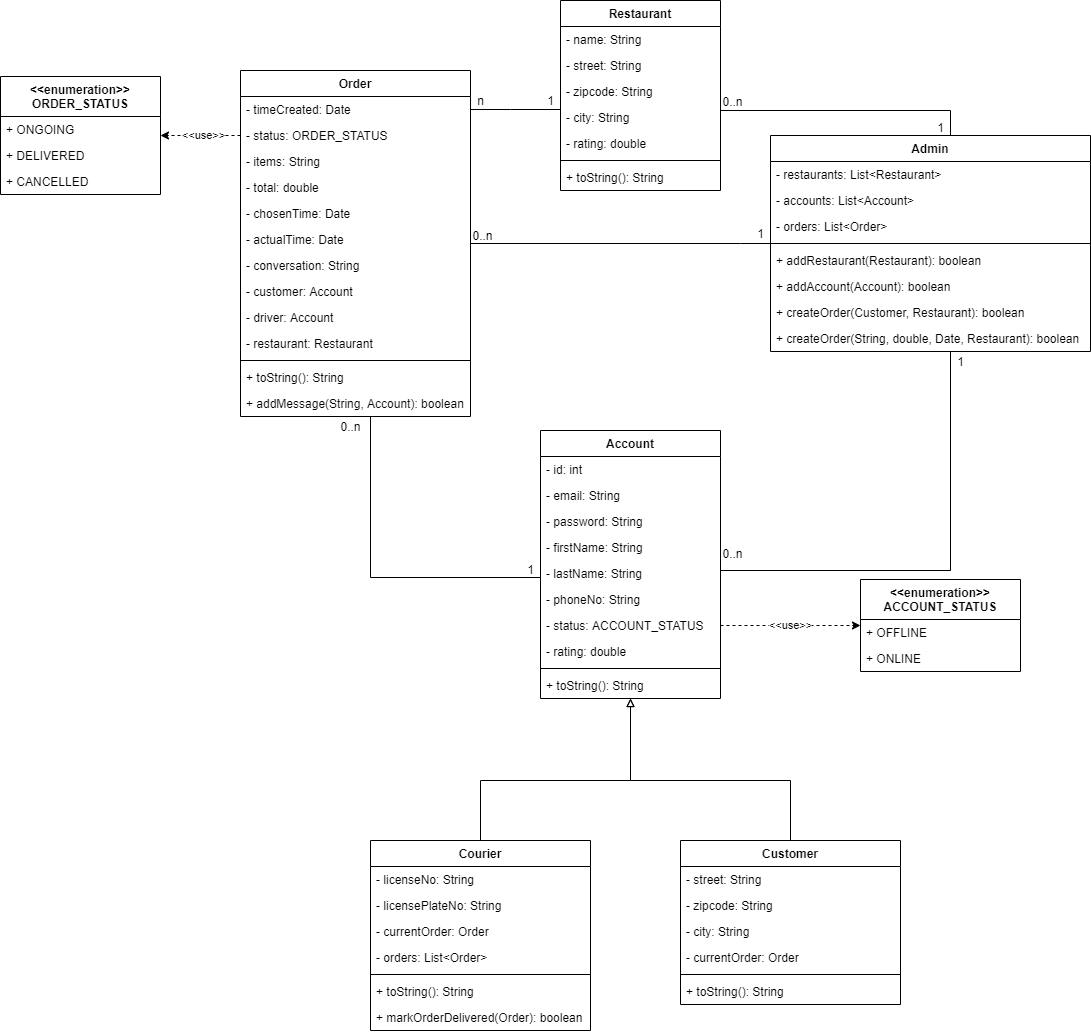
This is doc/Takeaway UML.png from AntiCare/TakeAwayProject, a draw.io export, as it was before one commit. Source tidied: cells renumbered, new cells last; positions are measured from the earlier drawing's top-left corner, leaving out a move shared by most shapes.
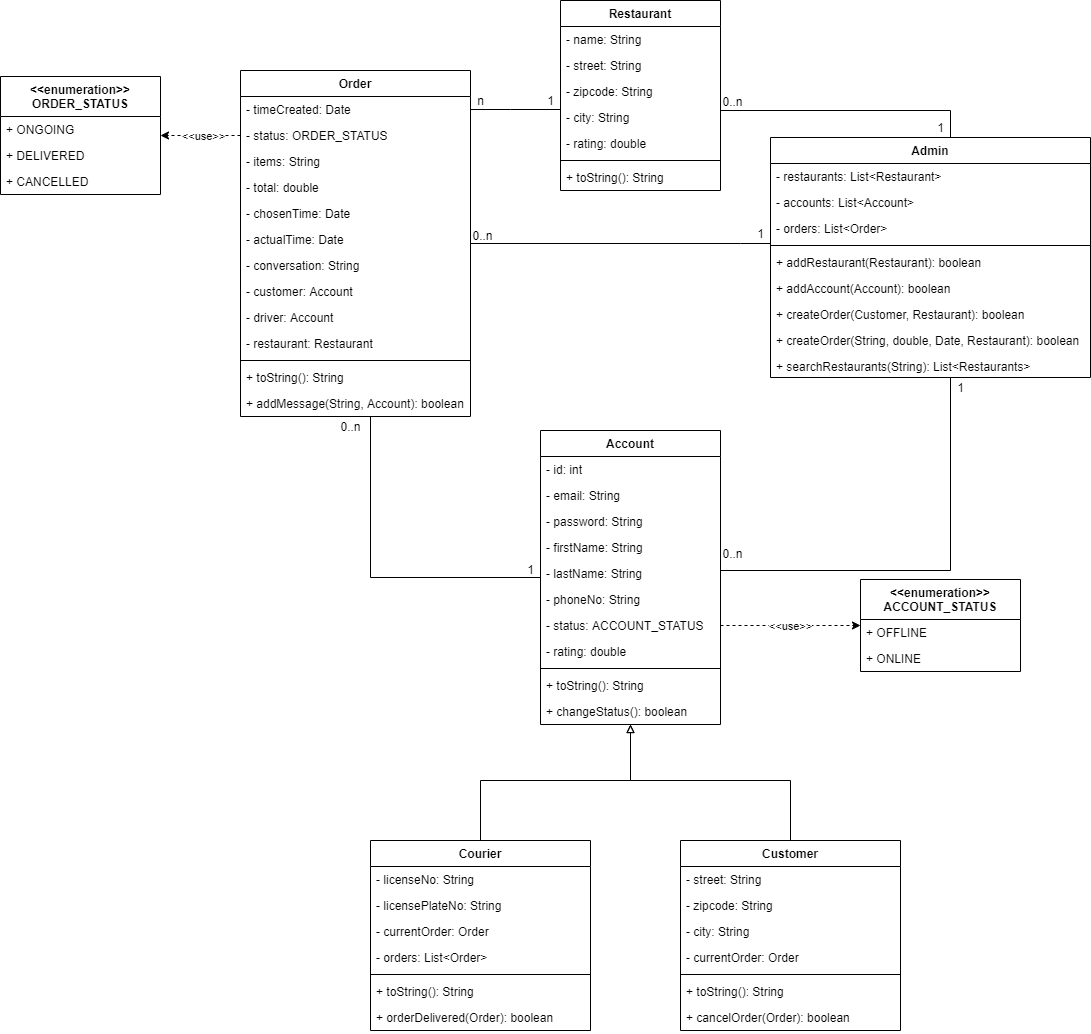
The same file after the commit.

Change to the diagram source:
```diff
@@ -103,7 +103,7 @@
       <mxGeometry y="410" width="530" height="138" as="geometry" />
     </mxCell>
     <mxCell id="29" value="Customer" style="swimlane;fontStyle=1;align=center;verticalAlign=top;horizontal=1;startSize=26;" parent="28" vertex="1">
-      <mxGeometry x="310" width="220" height="164" as="geometry" />
+      <mxGeometry x="310" width="220" height="190" as="geometry" />
     </mxCell>
     <mxCell id="30" value="- street: String" style="text;strokeColor=none;fillColor=none;align=left;verticalAlign=top;spacingLeft=4;spacingRight=4;overflow=hidden;" parent="29" vertex="1">
       <mxGeometry y="26" width="220" height="26" as="geometry" />
@@ -123,6 +123,9 @@
     <mxCell id="35" value="+ toString(): String" style="text;strokeColor=none;fillColor=none;align=left;verticalAlign=top;spacingLeft=4;spacingRight=4;overflow=hidden;" parent="29" vertex="1">
       <mxGeometry y="138" width="220" height="26" as="geometry" />
     </mxCell>
+    <mxCell id="90" value="+ cancelOrder(Order): boolean" style="text;strokeColor=none;fillColor=none;align=left;verticalAlign=top;spacingLeft=4;spacingRight=4;overflow=hidden;" parent="29" vertex="1">
+      <mxGeometry y="164" width="220" height="26" as="geometry" />
+    </mxCell>
     <mxCell id="36" value="Courier" style="swimlane;fontStyle=1;align=center;verticalAlign=top;horizontal=1;startSize=26;" parent="28" vertex="1">
       <mxGeometry width="220" height="190" as="geometry" />
     </mxCell>
@@ -144,11 +147,11 @@
     <mxCell id="42" value="+ toString(): String" style="text;strokeColor=none;fillColor=none;align=left;verticalAlign=top;spacingLeft=4;spacingRight=4;overflow=hidden;" parent="36" vertex="1">
       <mxGeometry y="138" width="220" height="26" as="geometry" />
     </mxCell>
-    <mxCell id="43" value="+ markOrderDelivered(Order): boolean" style="text;strokeColor=none;fillColor=none;align=left;verticalAlign=top;spacingLeft=4;spacingRight=4;overflow=hidden;" parent="36" vertex="1">
+    <mxCell id="43" value="+ orderDelivered(Order): boolean" style="text;strokeColor=none;fillColor=none;align=left;verticalAlign=top;spacingLeft=4;spacingRight=4;overflow=hidden;" parent="36" vertex="1">
       <mxGeometry y="164" width="220" height="26" as="geometry" />
     </mxCell>
     <mxCell id="44" value="Account" style="swimlane;fontStyle=1;align=center;verticalAlign=top;horizontal=1;startSize=26;" parent="27" vertex="1">
-      <mxGeometry x="170" width="180" height="268" as="geometry" />
+      <mxGeometry x="170" width="180" height="294" as="geometry" />
     </mxCell>
     <mxCell id="45" value="- id: int&#10;&#10;+" style="text;strokeColor=none;fillColor=none;align=left;verticalAlign=top;spacingLeft=4;spacingRight=4;overflow=hidden;" parent="44" vertex="1">
       <mxGeometry y="26" width="180" height="26" as="geometry" />
@@ -180,6 +183,9 @@
     <mxCell id="54" value="+ toString(): String" style="text;strokeColor=none;fillColor=none;align=left;verticalAlign=top;spacingLeft=4;spacingRight=4;overflow=hidden;" parent="44" vertex="1">
       <mxGeometry y="242" width="180" height="26" as="geometry" />
     </mxCell>
+    <mxCell id="91" value="+ changeStatus(): boolean" style="text;strokeColor=none;fillColor=none;align=left;verticalAlign=top;spacingLeft=4;spacingRight=4;overflow=hidden;" parent="44" vertex="1">
+      <mxGeometry y="268" width="180" height="26" as="geometry" />
+    </mxCell>
     <mxCell id="55" style="edgeStyle=orthogonalEdgeStyle;rounded=0;jettySize=auto;html=1;startArrow=block;startFill=0;endArrow=none;endFill=0;" parent="27" edge="1" source="44" target="29">
       <mxGeometry relative="1" as="geometry">
         <Array as="points">
@@ -267,7 +273,7 @@
       <mxGeometry x="330" y="416" width="40" height="20" as="geometry" />
     </mxCell>
     <mxCell id="78" value="1" style="text;html=1;align=center;verticalAlign=middle;" parent="1" vertex="1">
-      <mxGeometry x="950" y="351" width="20" height="20" as="geometry" />
+      <mxGeometry x="950" y="377" width="20" height="20" as="geometry" />
     </mxCell>
     <mxCell id="79" value="0..n" style="text;html=1;align=center;verticalAlign=middle;" parent="1" vertex="1">
       <mxGeometry x="712" y="91" width="40" height="20" as="geometry" />
@@ -276,7 +282,7 @@
       <mxGeometry x="930" y="117" width="20" height="20" as="geometry" />
     </mxCell>
     <mxCell id="81" value="Admin" style="swimlane;fontStyle=1;align=center;verticalAlign=top;horizontal=1;startSize=26;" parent="1" vertex="1">
-      <mxGeometry x="770" y="135" width="320" height="216" as="geometry" />
+      <mxGeometry x="770" y="137" width="320" height="240" as="geometry" />
     </mxCell>
     <mxCell id="82" value="- restaurants: List&lt;Restaurant&gt;" style="text;strokeColor=none;fillColor=none;align=left;verticalAlign=top;spacingLeft=4;spacingRight=4;overflow=hidden;" parent="81" vertex="1">
       <mxGeometry y="26" width="320" height="26" as="geometry" />
@@ -302,5 +308,8 @@
     <mxCell id="89" value="+ createOrder(String, double, Date, Restaurant): boolean" style="text;strokeColor=none;fillColor=none;align=left;verticalAlign=top;spacingLeft=4;spacingRight=4;overflow=hidden;" parent="81" vertex="1">
       <mxGeometry y="190" width="320" height="26" as="geometry" />
     </mxCell>
+    <mxCell id="92" value="+ searchRestaurants(String): List&lt;Restaurants&gt;" style="text;strokeColor=none;fillColor=none;align=left;verticalAlign=top;spacingLeft=4;spacingRight=4;overflow=hidden;" parent="81" vertex="1">
+      <mxGeometry y="216" width="320" height="24" as="geometry" />
+    </mxCell>
   </root>
 </mxGraphModel>
```
